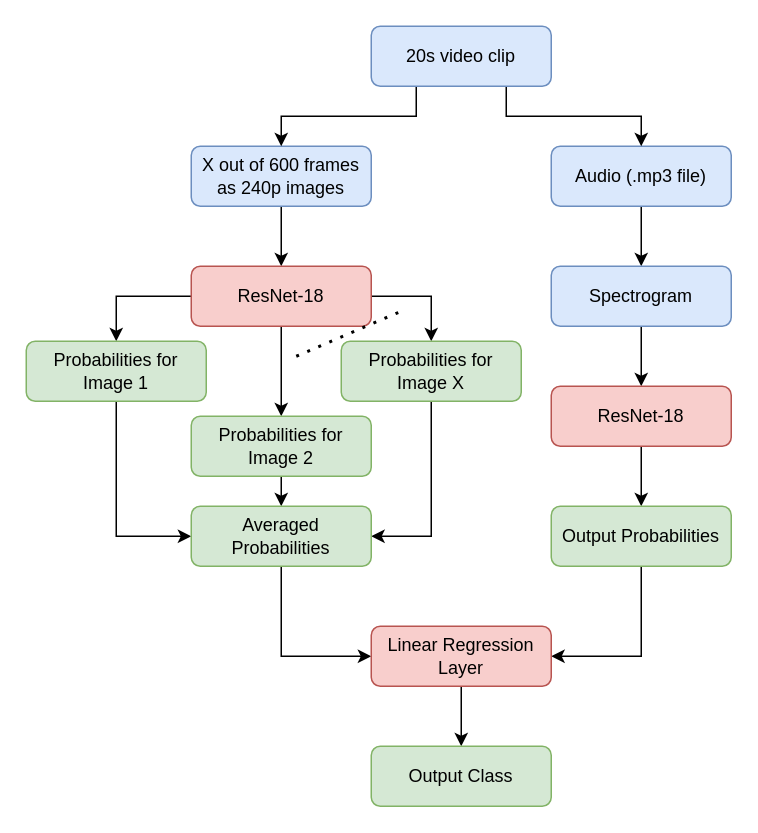
Earlier version of the draw.io diagram resultGraphs/ModelStructure.drawio (aghaffar101/ece324PodcastClassifier). Source tidied: cells renumbered, new cells numbered last; positions are measured from the earlier drawing's top-left corner, leaving out a move shared by most shapes. Both pictures are drawn from the tidied source at 150%, with x=0, y=0 at pixel (26, 26).
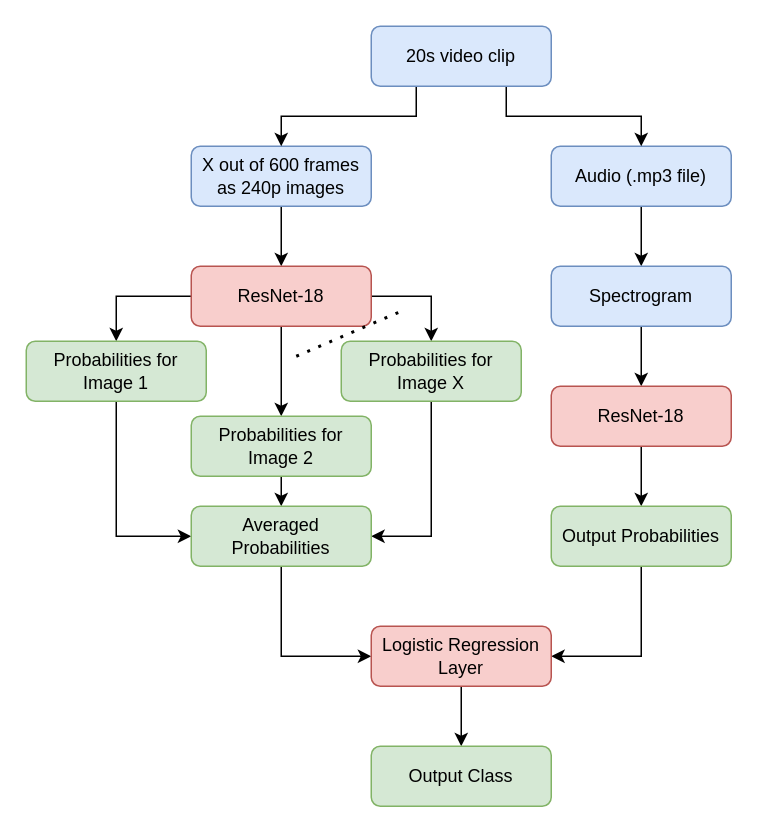
Above is the later version.

Diff of the diagram source:
```diff
@@
-    <mxCell id="29" value="Linear Regression Layer" style="rounded=1;whiteSpace=wrap;html=1;fontSize=12;glass=0;strokeWidth=1;shadow=0;fillColor=#f8cecc;strokeColor=#b85450;" parent="1" vertex="1">
+    <mxCell id="29" value="Logistic Regression Layer" style="rounded=1;whiteSpace=wrap;html=1;fontSize=12;glass=0;strokeWidth=1;shadow=0;fillColor=#f8cecc;strokeColor=#b85450;" parent="1" vertex="1">
       <mxGeometry x="230" y="400" width="120" height="40" as="geometry" />
     </mxCell>
```
